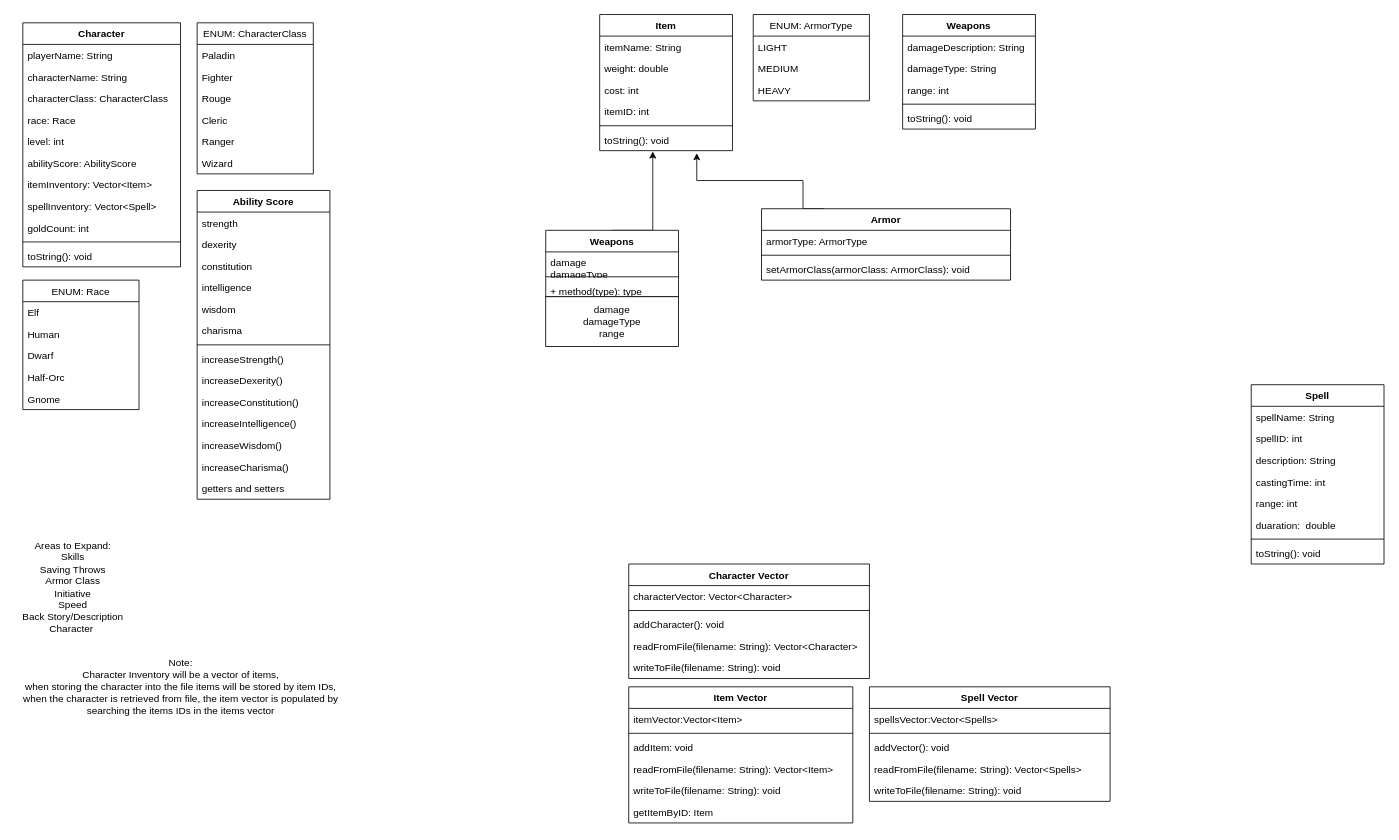
Before: documentation/project_class_structure_and_design.drawio in ScientiaDominus/ECE-3220-Project, a draw.io diagram. Source tidied: cells renumbered, new cells numbered last; positions are measured from the earlier drawing's top-left corner, leaving out a move shared by most shapes. Both pictures are drawn from the tidied source at 83%, with x=0, y=0 at pixel (14, 14).
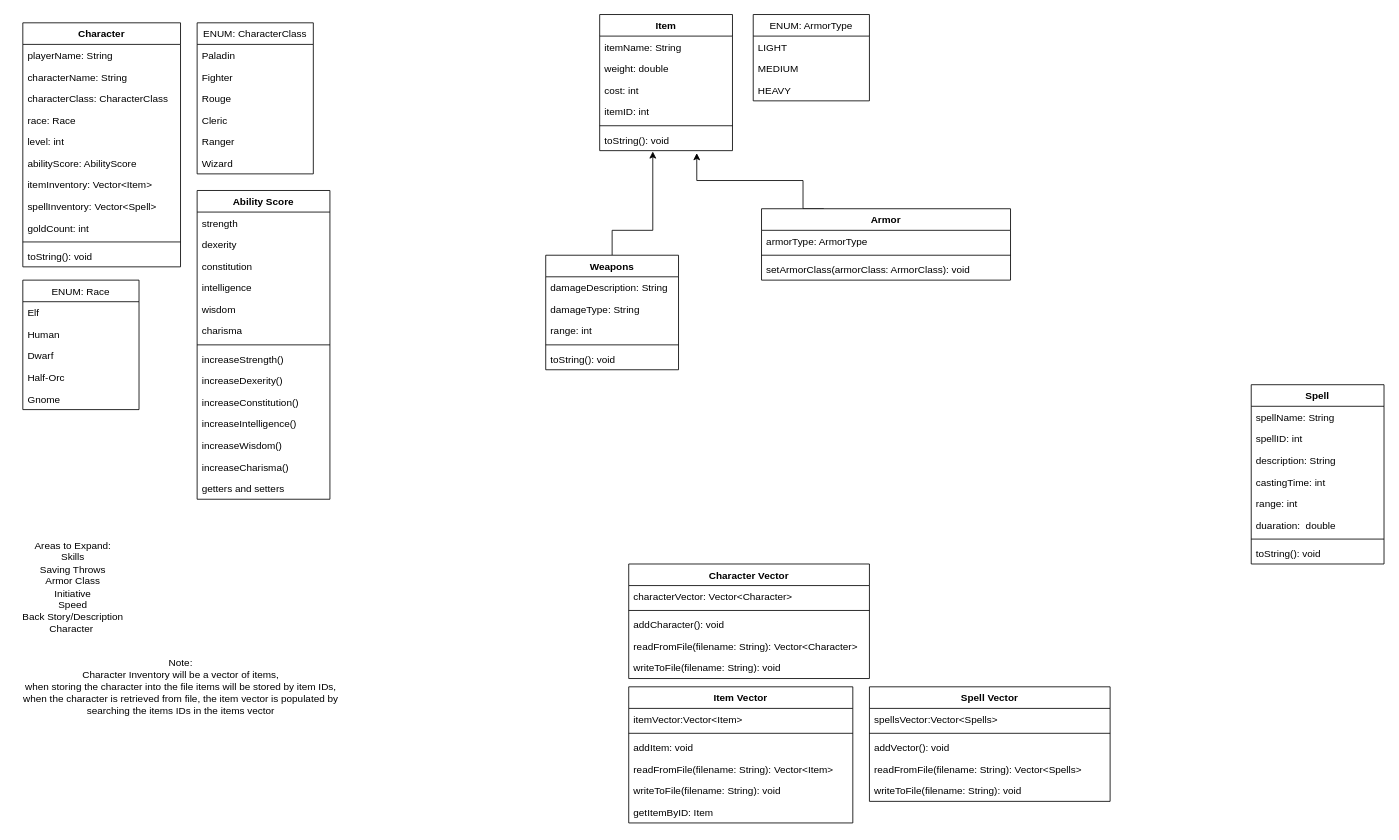
Above is the later version.

Commit message:
removed faulty weapons class formatting, replaced and connected with corrected weapons class diagram

Unchanged cells that the change refers to:
```xml
<mxCell id="20" value="toString(): void" style="text;strokeColor=none;fillColor=none;align=left;verticalAlign=top;spacingLeft=4;spacingRight=4;overflow=hidden;points=[[0,0.5],[1,0.5]];portConstraint=eastwest;" parent="14" vertex="1">
  <mxGeometry y="138" width="160" height="26" as="geometry" />
</mxCell>
```

What changed in the source:
```diff
@@
-    <mxCell id="72" style="edgeStyle=orthogonalEdgeStyle;rounded=0;jettySize=auto;html=1;exitX=0.5;exitY=0;exitDx=0;exitDy=0;entryX=0.4;entryY=1.038;entryDx=0;entryDy=0;entryPerimeter=0;" parent="1" edge="1" source="73" target="20">
+    <mxCell id="72" style="edgeStyle=orthogonalEdgeStyle;rounded=0;jettySize=auto;html=1;exitX=0.5;exitY=0;exitDx=0;exitDy=0;entryX=0.4;entryY=1.038;entryDx=0;entryDy=0;entryPerimeter=0;" parent="1" edge="1" source="94" target="20">
       <mxGeometry relative="1" as="geometry">
         <Array as="points">
+          <mxPoint x="720" y="260" />
           <mxPoint x="769" y="260" />
         </Array>
       </mxGeometry>
     </mxCell>
-    <mxCell id="73" value="Weapons" style="swimlane;fontStyle=1;align=center;verticalAlign=top;horizontal=1;startSize=26;" parent="1" vertex="1">
-      <mxGeometry x="640" y="260" width="160" height="80" as="geometry" />
-    </mxCell>
-    <mxCell id="74" value="damage&#10;damageType&#10;" style="text;strokeColor=none;fillColor=none;align=left;verticalAlign=top;spacingLeft=4;spacingRight=4;overflow=hidden;" parent="73" vertex="1">
-      <mxGeometry y="26" width="160" height="26" as="geometry" />
-    </mxCell>
-    <mxCell id="75" style="line;strokeWidth=1;fillColor=none;align=left;verticalAlign=middle;spacingTop=-1;spacingLeft=3;spacingRight=3;labelPosition=right;" parent="73" vertex="1">
-      <mxGeometry y="52" width="160" height="8" as="geometry" />
-    </mxCell>
-    <mxCell id="76" value="+ method(type): type" style="text;strokeColor=none;fillColor=none;align=left;verticalAlign=top;spacingLeft=4;spacingRight=4;overflow=hidden;" parent="73" vertex="1">
-      <mxGeometry y="60" width="160" height="20" as="geometry" />
-    </mxCell>
@@
-    <mxCell id="82" value="damage&lt;br&gt;damageType&lt;br&gt;range" style="whiteSpace=wrap;html=1;" parent="1" vertex="1">
-      <mxGeometry x="640" y="340" width="160" height="60" as="geometry" />
-    </mxCell>
@@
     <mxCell id="94" value="Weapons" style="swimlane;fontStyle=1;align=center;verticalAlign=top;horizontal=1;startSize=26;" parent="1" vertex="1">
-      <mxGeometry x="1070" width="160" height="138" as="geometry" />
+      <mxGeometry x="640" y="290" width="160" height="138" as="geometry" />
     </mxCell>
```
